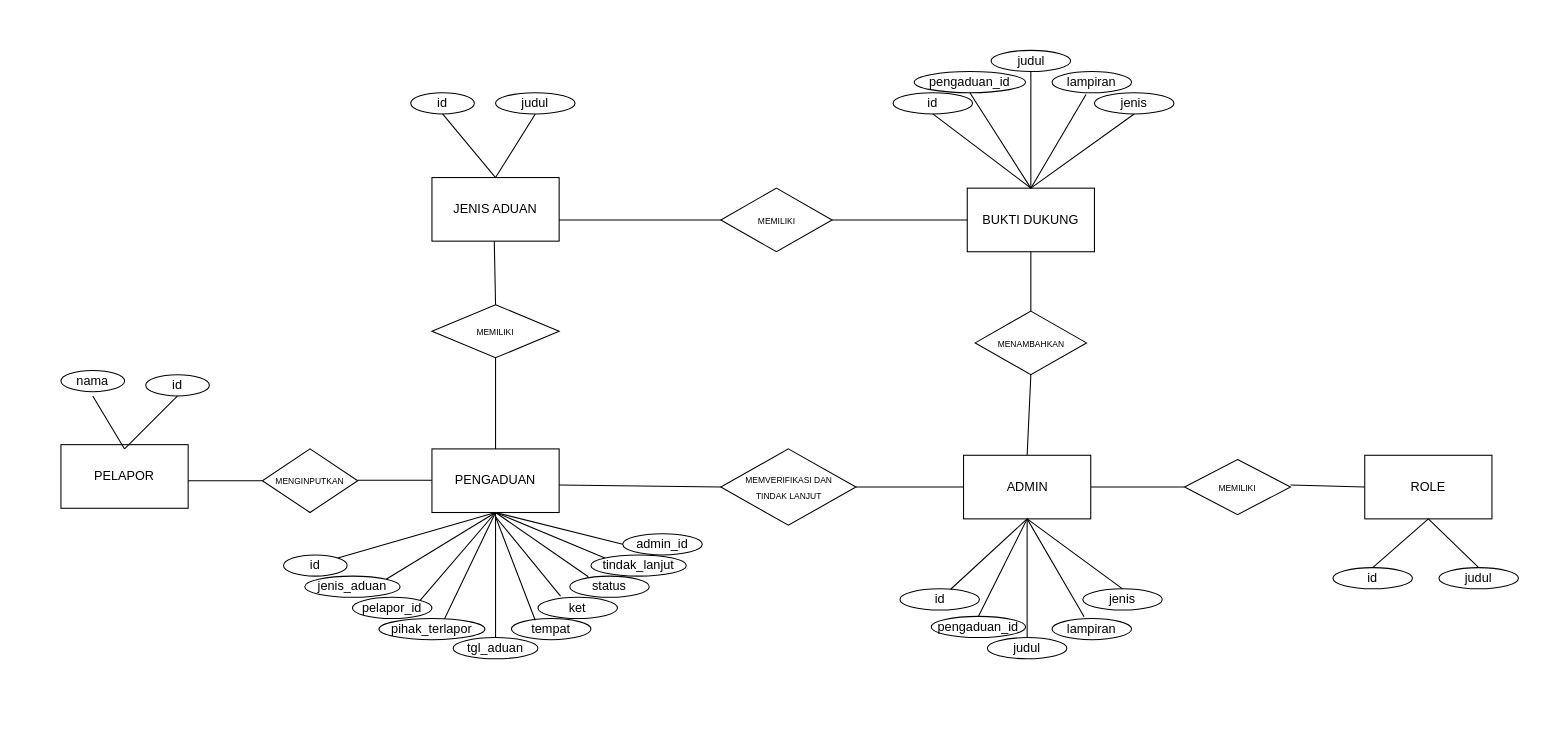
Before: page "Page-1" (1 of 2) of ERD WBS.drawio in putuokky/konseptual-wbs, a draw.io diagram. Source tidied: cells renumbered, new cells numbered last; positions are measured from the earlier drawing's top-left corner, leaving out a move shared by most shapes. Both pictures are drawn from the tidied source at 106%, with x=0, y=0 at pixel (60, 50).
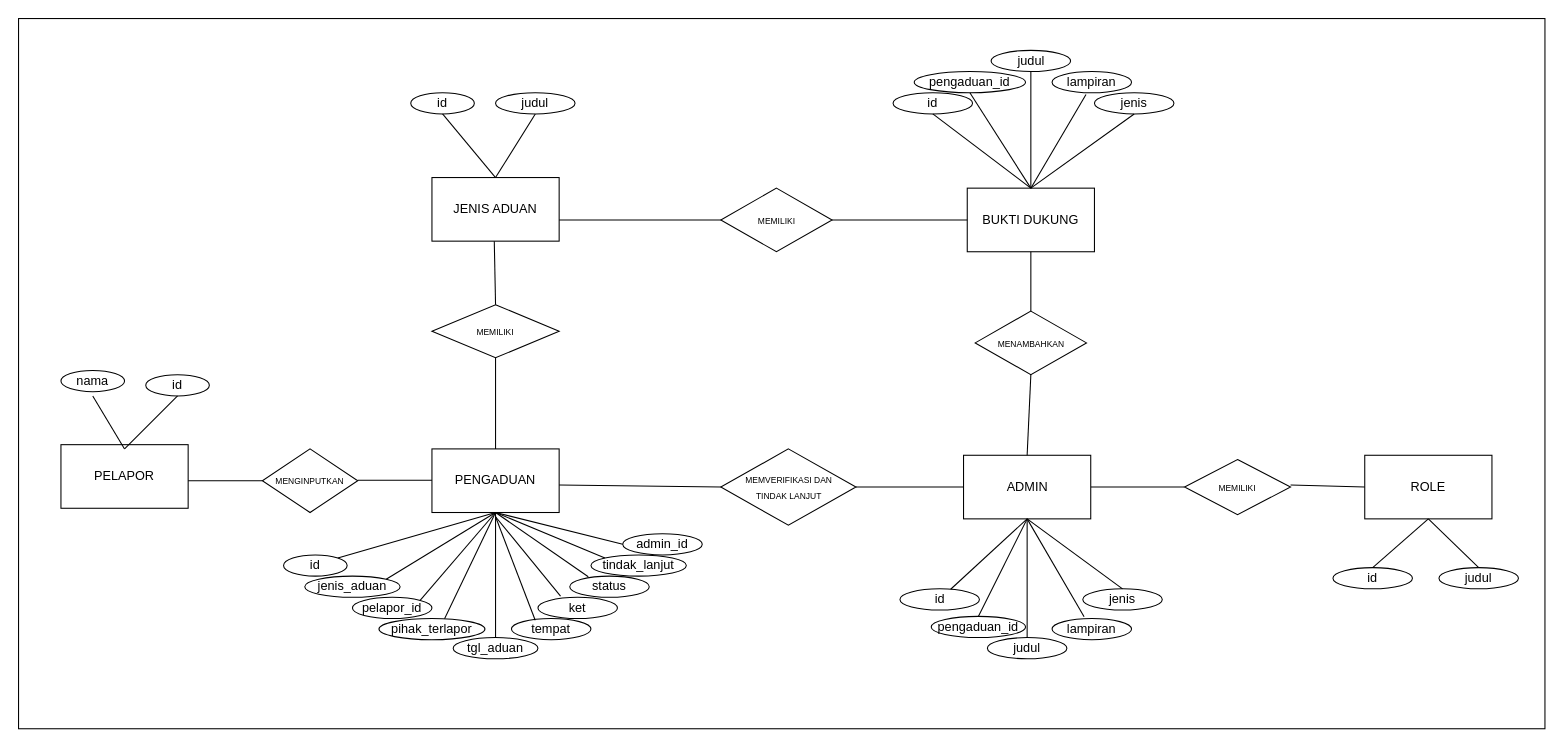
Above is the later version.

The edit, as a diff of the source:
```diff
@@
+    <mxCell id="79" style="rounded=0;whiteSpace=wrap;html=1;fillColor=none;" parent="1" vertex="1">
+      <mxGeometry x="-40" y="-30" width="1440" height="670" as="geometry" />
+    </mxCell>
```
